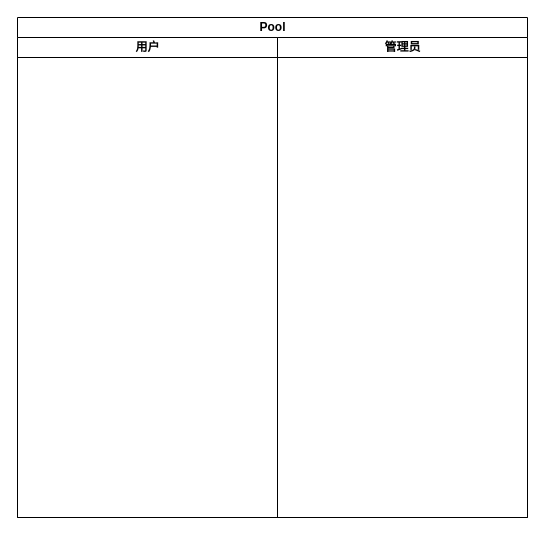
Before: 业务用例场景-活动图.drawio in JMHello/draw, a draw.io diagram. Source tidied: cells renumbered, new cells numbered last; positions are measured from the earlier drawing's top-left corner, leaving out a move shared by most shapes. Both pictures are drawn from the tidied source at 100%, with x=0, y=0 at pixel (17, 17).
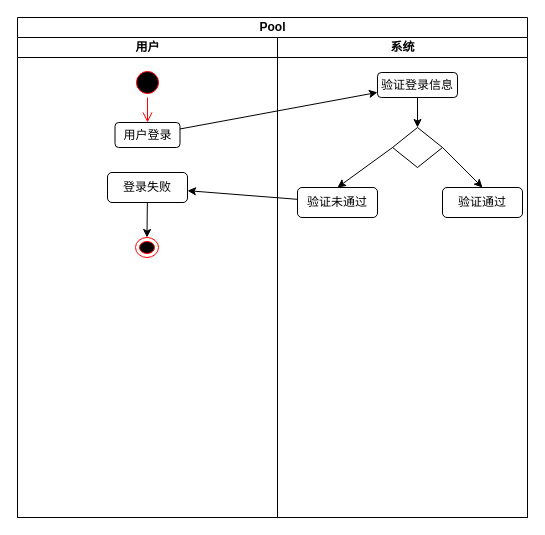
The same page after the edit.

Commit message:
Update 业务用例场景-活动图.drawio

Diff of the diagram source:
```diff
@@
 <mxGraphModel>
   <root>
     <mxCell id="0" />
     <mxCell id="1" parent="0" />
     <mxCell id="2" value="Pool" style="swimlane;html=1;startSize=20;" parent="1" vertex="1">
       <mxGeometry width="510" height="500" as="geometry" />
     </mxCell>
     <mxCell id="3" value="用户" style="swimlane;html=1;startSize=20;" parent="2" vertex="1">
       <mxGeometry y="20" width="260" height="480" as="geometry" />
     </mxCell>
+    <mxCell id="5" style="ellipse;html=1;shape=startState;fillColor=#000000;strokeColor=#ff0000;" parent="3" vertex="1">
+      <mxGeometry x="115" y="30" width="30" height="30" as="geometry" />
+    </mxCell>
+    <mxCell id="6" style="html=1;verticalAlign=bottom;endArrow=open;endSize=8;strokeColor=#ff0000;entryX=0.5;entryY=0;entryDx=0;entryDy=0;" parent="3" edge="1" source="5" target="7">
+      <mxGeometry relative="1" as="geometry" />
+    </mxCell>
+    <mxCell id="7" value="用户登录" style="rounded=1;whiteSpace=wrap;html=1;" parent="3" vertex="1">
+      <mxGeometry x="97.5" y="85" width="65" height="25" as="geometry" />
+    </mxCell>
+    <mxCell id="8" style="edgeStyle=none;rounded=0;jettySize=auto;html=1;entryX=0.5;entryY=0;entryDx=0;entryDy=0;" parent="3" edge="1" source="9" target="10">
+      <mxGeometry relative="1" as="geometry" />
+    </mxCell>
+    <mxCell id="9" value="登录失败" style="rounded=1;whiteSpace=wrap;html=1;" parent="3" vertex="1">
+      <mxGeometry x="90" y="135" width="80" height="30" as="geometry" />
+    </mxCell>
+    <mxCell id="10" style="ellipse;html=1;shape=endState;fillColor=#000000;strokeColor=#ff0000;" parent="3" vertex="1">
+      <mxGeometry x="118" y="200" width="23" height="20" as="geometry" />
+    </mxCell>
+    <mxCell id="11" style="edgeStyle=none;rounded=0;jettySize=auto;html=1;" parent="2" edge="1" source="7" target="13">
+      <mxGeometry relative="1" as="geometry" />
+    </mxCell>
-    <mxCell id="4" value="管理员" style="swimlane;html=1;startSize=20;" parent="2" vertex="1">
+    <mxCell id="4" value="系统" style="swimlane;html=1;startSize=20;" parent="2" vertex="1">
       <mxGeometry x="260" y="20" width="250" height="480" as="geometry" />
     </mxCell>
+    <mxCell id="12" style="edgeStyle=none;rounded=0;jettySize=auto;html=1;" parent="4" edge="1" source="13" target="16">
+      <mxGeometry relative="1" as="geometry" />
+    </mxCell>
+    <mxCell id="13" value="验证登录信息" style="rounded=1;whiteSpace=wrap;html=1;" parent="4" vertex="1">
+      <mxGeometry x="100" y="35" width="80" height="25" as="geometry" />
+    </mxCell>
+    <mxCell id="14" style="edgeStyle=none;rounded=0;jettySize=auto;html=1;exitX=0;exitY=0.5;exitDx=0;exitDy=0;entryX=0.5;entryY=0;entryDx=0;entryDy=0;" parent="4" edge="1" source="16" target="17">
+      <mxGeometry relative="1" as="geometry" />
+    </mxCell>
+    <mxCell id="15" style="edgeStyle=none;rounded=0;jettySize=auto;html=1;exitX=1;exitY=0.5;exitDx=0;exitDy=0;entryX=0.5;entryY=0;entryDx=0;entryDy=0;" parent="4" edge="1" source="16" target="18">
+      <mxGeometry relative="1" as="geometry" />
+    </mxCell>
+    <mxCell id="16" style="rhombus;whiteSpace=wrap;html=1;" parent="4" vertex="1">
+      <mxGeometry x="115" y="90" width="50" height="40" as="geometry" />
+    </mxCell>
+    <mxCell id="17" value="验证未通过" style="rounded=1;whiteSpace=wrap;html=1;" parent="4" vertex="1">
+      <mxGeometry x="20" y="150" width="80" height="30" as="geometry" />
+    </mxCell>
+    <mxCell id="18" value="验证通过" style="rounded=1;whiteSpace=wrap;html=1;" parent="4" vertex="1">
+      <mxGeometry x="165" y="150" width="80" height="30" as="geometry" />
+    </mxCell>
+    <mxCell id="19" style="edgeStyle=none;rounded=0;jettySize=auto;html=1;" parent="2" edge="1" source="17" target="9">
+      <mxGeometry relative="1" as="geometry" />
+    </mxCell>
   </root>
 </mxGraphModel>
```
